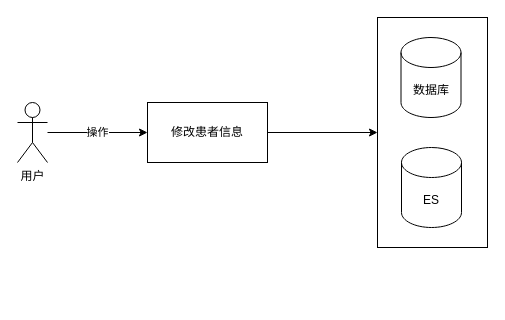
Before: 牙管家/牙管家-行为日志.drawio in cherishsince/diagrams.net, a draw.io diagram. Source tidied: cells renumbered, new cells numbered last; positions are measured from the earlier drawing's top-left corner, leaving out a move shared by most shapes. Both pictures are drawn from the tidied source at 100%, with x=0, y=0 at pixel (17, 17).
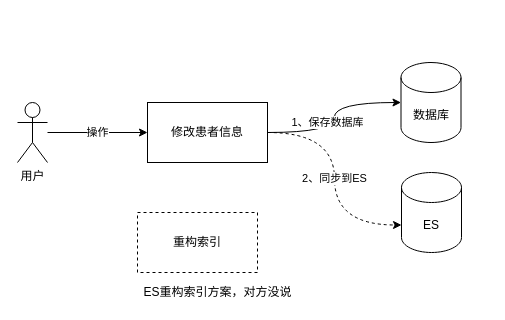
The same page after the edit.

Commit message (it also covers changes not shown here):
更新牙管家-行为日志.drawio

What changed in the source:
```diff
@@
 <mxGraphModel>
   <root>
     <mxCell id="0" />
     <mxCell id="1" parent="0" />
-    <mxCell id="2" style="rounded=0;whiteSpace=wrap;html=1;" parent="1" vertex="1">
-      <mxGeometry x="360" width="110" height="230" as="geometry" />
-    </mxCell>
-    <mxCell id="3" style="edgeStyle=orthogonalEdgeStyle;rounded=0;jettySize=auto;html=1;entryX=0;entryY=0.5;entryDx=0;entryDy=0;" parent="1" edge="1" source="4" target="2">
-      <mxGeometry relative="1" as="geometry" />
-    </mxCell>
+    <mxCell id="9" style="edgeStyle=orthogonalEdgeStyle;rounded=0;jettySize=auto;html=1;curved=1;" parent="1" edge="1" source="4" target="7">
+      <mxGeometry relative="1" as="geometry" />
+    </mxCell>
+    <mxCell id="10" value="1、保存数据库" style="edgeLabel;html=1;align=center;verticalAlign=middle;" parent="9" vertex="1">
+      <mxGeometry x="-0.06" y="7" relative="1" as="geometry" />
+    </mxCell>
+    <mxCell id="11" value="2、同步到ES" style="edgeStyle=orthogonalEdgeStyle;curved=1;rounded=0;jettySize=auto;html=1;entryX=0;entryY=0;entryDx=0;entryDy=52.5;entryPerimeter=0;dashed=1;" parent="1" edge="1" source="4" target="8">
+      <mxGeometry relative="1" as="geometry" />
+    </mxCell>
     <mxCell id="4" value="修改患者信息" style="rounded=0;whiteSpace=wrap;html=1;" parent="1" vertex="1">
       <mxGeometry x="130" y="85" width="120" height="60" as="geometry" />
     </mxCell>
     <mxCell id="5" value="操作" style="edgeStyle=orthogonalEdgeStyle;rounded=0;jettySize=auto;html=1;entryX=0;entryY=0.5;entryDx=0;entryDy=0;" parent="1" edge="1" source="6" target="4">
       <mxGeometry relative="1" as="geometry" />
     </mxCell>
     <mxCell id="6" value="用户" style="shape=umlActor;verticalLabelPosition=bottom;verticalAlign=top;html=1;outlineConnect=0;" parent="1" vertex="1">
       <mxGeometry y="85" width="30" height="60" as="geometry" />
     </mxCell>
     <mxCell id="7" value="数据库" style="shape=cylinder3;whiteSpace=wrap;html=1;boundedLbl=1;backgroundOutline=1;size=15;" parent="1" vertex="1">
-      <mxGeometry x="383.5" y="20" width="60" height="80" as="geometry" />
+      <mxGeometry x="383.5" y="45" width="60" height="80" as="geometry" />
     </mxCell>
     <mxCell id="8" value="ES" style="shape=cylinder3;whiteSpace=wrap;html=1;boundedLbl=1;backgroundOutline=1;size=15;" parent="1" vertex="1">
-      <mxGeometry x="384" y="130" width="60" height="80" as="geometry" />
+      <mxGeometry x="384" y="155" width="60" height="80" as="geometry" />
     </mxCell>
+    <mxCell id="12" value="重构索引" style="rounded=0;whiteSpace=wrap;html=1;dashed=1;" parent="1" vertex="1">
+      <mxGeometry x="120" y="195" width="120" height="60" as="geometry" />
+    </mxCell>
+    <mxCell id="13" value="ES重构索引方案，对方没说" style="text;html=1;align=center;verticalAlign=middle;strokeColor=none;" parent="1" vertex="1">
+      <mxGeometry x="120" y="265" width="160" height="20" as="geometry" />
+    </mxCell>
   </root>
 </mxGraphModel>
```
